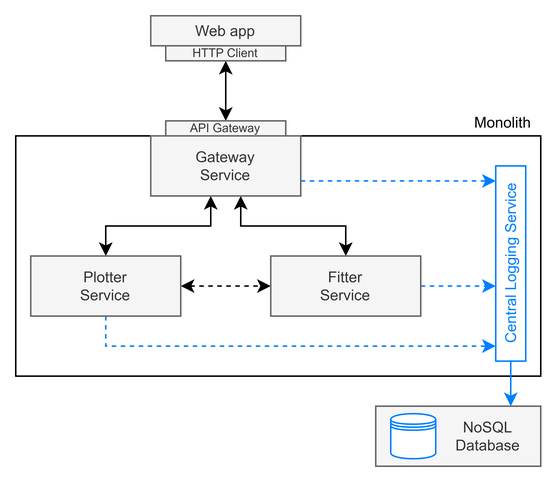
Earlier version of the draw.io export docs/schemas/architecture.v1.png (antoniomf97/easyg). Source tidied: cells renumbered, new cells last; positions are measured from the earlier drawing's top-left corner, leaving out a move shared by most shapes. The source it was exported from:
```xml
<mxGraphModel>
  <root>
    <mxCell id="0" />
    <mxCell id="1" parent="0" />
    <mxCell id="2" style="rounded=0;whiteSpace=wrap;html=1;fillColor=none;" parent="1" vertex="1">
      <mxGeometry y="80" width="350" height="160" as="geometry" />
    </mxCell>
    <mxCell id="3" value="Web app" style="rounded=0;whiteSpace=wrap;html=1;fillColor=#f5f5f5;fontColor=#333333;strokeColor=#666666;fontStyle=0;fontSize=10;" parent="1" vertex="1">
      <mxGeometry x="90" width="100" height="20" as="geometry" />
    </mxCell>
    <mxCell id="4" style="edgeStyle=orthogonalEdgeStyle;rounded=0;jettySize=auto;html=1;startArrow=classic;startFill=1;" parent="1" edge="1" source="5" target="6">
      <mxGeometry relative="1" as="geometry" />
    </mxCell>
    <mxCell id="5" value="HTTP Client" style="rounded=0;whiteSpace=wrap;html=1;fillColor=#f5f5f5;fontColor=#333333;strokeColor=#666666;fontStyle=0;fontSize=8;" parent="1" vertex="1">
      <mxGeometry x="100" y="20" width="80" height="10" as="geometry" />
    </mxCell>
    <mxCell id="6" value="API Gateway" style="rounded=0;whiteSpace=wrap;html=1;fillColor=#f5f5f5;fontColor=#333333;strokeColor=#666666;fontStyle=0;fontSize=8;" parent="1" vertex="1">
      <mxGeometry x="100" y="70" width="80" height="10" as="geometry" />
    </mxCell>
    <mxCell id="7" style="edgeStyle=orthogonalEdgeStyle;rounded=0;jettySize=auto;html=1;startArrow=classic;startFill=1;" parent="1" edge="1" source="10" target="13">
      <mxGeometry relative="1" as="geometry">
        <Array as="points">
          <mxPoint x="130" y="140" />
          <mxPoint x="60" y="140" />
        </Array>
      </mxGeometry>
    </mxCell>
    <mxCell id="8" style="edgeStyle=orthogonalEdgeStyle;rounded=0;jettySize=auto;html=1;startArrow=classic;startFill=1;" parent="1" edge="1" source="10" target="15">
      <mxGeometry relative="1" as="geometry">
        <Array as="points">
          <mxPoint x="150" y="140" />
          <mxPoint x="220" y="140" />
        </Array>
      </mxGeometry>
    </mxCell>
    <mxCell id="9" style="edgeStyle=orthogonalEdgeStyle;rounded=0;jettySize=auto;html=1;dashed=1;strokeColor=#007FFF;" parent="1" edge="1" source="10" target="17">
      <mxGeometry relative="1" as="geometry">
        <Array as="points">
          <mxPoint x="260" y="110" />
          <mxPoint x="260" y="110" />
        </Array>
      </mxGeometry>
    </mxCell>
    <mxCell id="10" value="Gateway&lt;br&gt;Service" style="rounded=0;whiteSpace=wrap;html=1;fillColor=#f5f5f5;fontColor=#333333;strokeColor=#666666;fontStyle=0;fontSize=10;" parent="1" vertex="1">
      <mxGeometry x="90" y="80" width="100" height="40" as="geometry" />
    </mxCell>
    <mxCell id="11" style="edgeStyle=orthogonalEdgeStyle;rounded=0;jettySize=auto;html=1;dashed=1;strokeColor=#007FFF;" parent="1" edge="1" source="13" target="17">
      <mxGeometry relative="1" as="geometry">
        <Array as="points">
          <mxPoint x="60" y="220" />
        </Array>
      </mxGeometry>
    </mxCell>
    <mxCell id="12" style="edgeStyle=orthogonalEdgeStyle;rounded=0;jettySize=auto;html=1;startArrow=classic;startFill=1;dashed=1;" parent="1" edge="1" source="13" target="15">
      <mxGeometry relative="1" as="geometry" />
    </mxCell>
    <mxCell id="13" value="Plotter&lt;br&gt;Service" style="rounded=0;whiteSpace=wrap;html=1;fillColor=#f5f5f5;fontColor=#333333;strokeColor=#666666;fontStyle=0;fontSize=10;" parent="1" vertex="1">
      <mxGeometry x="10" y="160" width="100" height="40" as="geometry" />
    </mxCell>
    <mxCell id="14" style="edgeStyle=orthogonalEdgeStyle;rounded=0;jettySize=auto;html=1;dashed=1;strokeColor=#007FFF;" parent="1" edge="1" source="15" target="17">
      <mxGeometry relative="1" as="geometry">
        <Array as="points">
          <mxPoint x="310" y="180" />
          <mxPoint x="310" y="180" />
        </Array>
      </mxGeometry>
    </mxCell>
    <mxCell id="15" value="Fitter&lt;br&gt;Service" style="rounded=0;whiteSpace=wrap;html=1;fillColor=#f5f5f5;fontColor=#333333;strokeColor=#666666;fontStyle=0;fontSize=10;" parent="1" vertex="1">
      <mxGeometry x="170" y="160" width="100" height="40" as="geometry" />
    </mxCell>
    <mxCell id="16" style="edgeStyle=orthogonalEdgeStyle;rounded=0;jettySize=auto;html=1;strokeColor=#007FFF;" parent="1" edge="1" source="17" target="20">
      <mxGeometry relative="1" as="geometry">
        <Array as="points">
          <mxPoint x="330" y="250" />
          <mxPoint x="330" y="250" />
        </Array>
      </mxGeometry>
    </mxCell>
    <mxCell id="17" value="Central Logging Service" style="rounded=0;whiteSpace=wrap;html=1;horizontal=0;strokeColor=#007FFF;fontColor=#007FFF;fontSize=10;" parent="1" vertex="1">
      <mxGeometry x="320" y="100" width="20" height="130" as="geometry" />
    </mxCell>
    <mxCell id="18" value="Monolith" style="text;html=1;align=center;verticalAlign=middle;whiteSpace=wrap;rounded=0;fontSize=10;" parent="1" vertex="1">
      <mxGeometry x="300" y="66" width="50" height="10" as="geometry" />
    </mxCell>
    <mxCell id="19" style="group;" parent="1" vertex="1">
      <mxGeometry x="240" y="260" width="110" height="40" as="geometry" />
    </mxCell>
    <mxCell id="20" style="rounded=0;whiteSpace=wrap;html=1;fillColor=#f5f5f5;fontColor=#333333;strokeColor=#666666;fontStyle=0;fontSize=11;align=center;" parent="19" vertex="1">
      <mxGeometry width="110" height="40" as="geometry" />
    </mxCell>
    <mxCell id="21" value="NoSQL &lt;br&gt;Database" style="rounded=0;whiteSpace=wrap;html=1;fillColor=#f5f5f5;fontColor=#333333;strokeColor=none;fontStyle=0;fontSize=10;align=center;" parent="19" vertex="1">
      <mxGeometry x="50" y="6.2" width="50" height="27.5" as="geometry" />
    </mxCell>
    <mxCell id="22" style="shape=datastore;whiteSpace=wrap;html=1;strokeColor=#007FFF;" parent="19" vertex="1">
      <mxGeometry x="10" y="5" width="30" height="30" as="geometry" />
    </mxCell>
  </root>
</mxGraphModel>
```
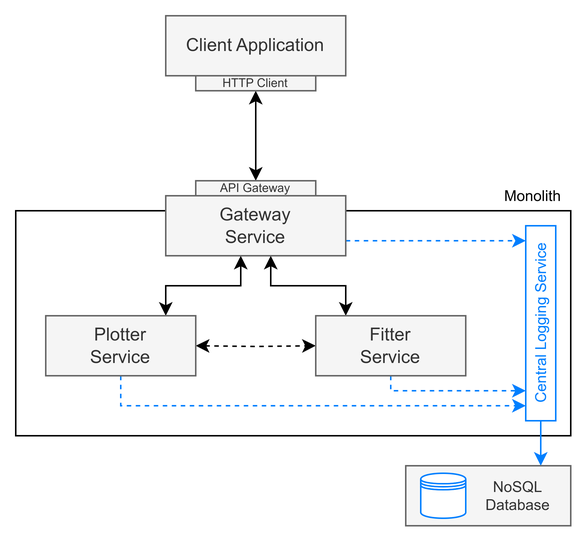
Later version of the same file.

Commit message:
Fitter architecture (#25)

Diff of the diagram source:
```diff
@@ -3,37 +3,39 @@
     <mxCell id="0" />
     <mxCell id="1" parent="0" />
     <mxCell id="2" style="rounded=0;whiteSpace=wrap;html=1;fillColor=none;" parent="1" vertex="1">
-      <mxGeometry y="80" width="350" height="160" as="geometry" />
+      <mxGeometry x="-60" y="90" width="370" height="150" as="geometry" />
     </mxCell>
-    <mxCell id="3" value="Web app" style="rounded=0;whiteSpace=wrap;html=1;fillColor=#f5f5f5;fontColor=#333333;strokeColor=#666666;fontStyle=0;fontSize=10;" parent="1" vertex="1">
-      <mxGeometry x="90" width="100" height="20" as="geometry" />
+    <mxCell id="3" value="Client Application" style="rounded=0;whiteSpace=wrap;html=1;fillColor=#f5f5f5;fontColor=#333333;strokeColor=#666666;fontStyle=0;fontSize=12;" parent="1" vertex="1">
+      <mxGeometry x="40" y="-40" width="120" height="40" as="geometry" />
     </mxCell>
     <mxCell id="4" style="edgeStyle=orthogonalEdgeStyle;rounded=0;jettySize=auto;html=1;startArrow=classic;startFill=1;" parent="1" edge="1" source="5" target="6">
       <mxGeometry relative="1" as="geometry" />
     </mxCell>
     <mxCell id="5" value="HTTP Client" style="rounded=0;whiteSpace=wrap;html=1;fillColor=#f5f5f5;fontColor=#333333;strokeColor=#666666;fontStyle=0;fontSize=8;" parent="1" vertex="1">
-      <mxGeometry x="100" y="20" width="80" height="10" as="geometry" />
+      <mxGeometry x="60" width="80" height="10" as="geometry" />
     </mxCell>
     <mxCell id="6" value="API Gateway" style="rounded=0;whiteSpace=wrap;html=1;fillColor=#f5f5f5;fontColor=#333333;strokeColor=#666666;fontStyle=0;fontSize=8;" parent="1" vertex="1">
-      <mxGeometry x="100" y="70" width="80" height="10" as="geometry" />
+      <mxGeometry x="60" y="70" width="80" height="10" as="geometry" />
     </mxCell>
-    <mxCell id="7" style="edgeStyle=orthogonalEdgeStyle;rounded=0;jettySize=auto;html=1;startArrow=classic;startFill=1;" parent="1" edge="1" source="10" target="13">
+    <mxCell id="7" style="edgeStyle=orthogonalEdgeStyle;rounded=0;jettySize=auto;html=1;startArrow=classic;startFill=1;" parent="1" edge="1" source="10">
       <mxGeometry relative="1" as="geometry">
+        <mxPoint x="40" y="160" as="targetPoint" />
         <Array as="points">
-          <mxPoint x="130" y="140" />
-          <mxPoint x="60" y="140" />
+          <mxPoint x="90" y="140" />
+          <mxPoint x="40" y="140" />
         </Array>
       </mxGeometry>
     </mxCell>
-    <mxCell id="8" style="edgeStyle=orthogonalEdgeStyle;rounded=0;jettySize=auto;html=1;startArrow=classic;startFill=1;" parent="1" edge="1" source="10" target="15">
+    <mxCell id="8" style="edgeStyle=orthogonalEdgeStyle;rounded=0;jettySize=auto;html=1;startArrow=classic;startFill=1;" parent="1" edge="1" source="10">
       <mxGeometry relative="1" as="geometry">
+        <mxPoint x="160" y="160" as="targetPoint" />
         <Array as="points">
-          <mxPoint x="150" y="140" />
-          <mxPoint x="220" y="140" />
+          <mxPoint x="110" y="140" />
+          <mxPoint x="160" y="140" />
         </Array>
       </mxGeometry>
     </mxCell>
-    <mxCell id="9" style="edgeStyle=orthogonalEdgeStyle;rounded=0;jettySize=auto;html=1;dashed=1;strokeColor=#007FFF;" parent="1" edge="1" source="10" target="17">
+    <mxCell id="9" style="edgeStyle=orthogonalEdgeStyle;rounded=0;jettySize=auto;html=1;dashed=1;strokeColor=#007FFF;fontSize=10;" parent="1" edge="1" source="10" target="17">
       <mxGeometry relative="1" as="geometry">
         <Array as="points">
           <mxPoint x="260" y="110" />
@@ -41,49 +43,50 @@
         </Array>
       </mxGeometry>
     </mxCell>
-    <mxCell id="10" value="Gateway&lt;br&gt;Service" style="rounded=0;whiteSpace=wrap;html=1;fillColor=#f5f5f5;fontColor=#333333;strokeColor=#666666;fontStyle=0;fontSize=10;" parent="1" vertex="1">
-      <mxGeometry x="90" y="80" width="100" height="40" as="geometry" />
+    <mxCell id="10" value="Gateway&lt;br&gt;Service" style="rounded=0;whiteSpace=wrap;html=1;fillColor=#f5f5f5;fontColor=#333333;strokeColor=#666666;fontStyle=0;fontSize=12;" parent="1" vertex="1">
+      <mxGeometry x="40" y="80" width="120" height="40" as="geometry" />
     </mxCell>
-    <mxCell id="11" style="edgeStyle=orthogonalEdgeStyle;rounded=0;jettySize=auto;html=1;dashed=1;strokeColor=#007FFF;" parent="1" edge="1" source="13" target="17">
+    <mxCell id="11" style="edgeStyle=orthogonalEdgeStyle;rounded=0;jettySize=auto;html=1;dashed=1;strokeColor=#007FFF;fontSize=10;" parent="1" edge="1" source="13" target="17">
       <mxGeometry relative="1" as="geometry">
         <Array as="points">
-          <mxPoint x="60" y="220" />
+          <mxPoint x="10" y="220" />
         </Array>
       </mxGeometry>
     </mxCell>
-    <mxCell id="12" style="edgeStyle=orthogonalEdgeStyle;rounded=0;jettySize=auto;html=1;startArrow=classic;startFill=1;dashed=1;" parent="1" edge="1" source="13" target="15">
-      <mxGeometry relative="1" as="geometry" />
+    <mxCell id="12" style="edgeStyle=orthogonalEdgeStyle;rounded=0;jettySize=auto;html=1;startArrow=classic;startFill=1;dashed=1;" parent="1" edge="1" target="15">
+      <mxGeometry relative="1" as="geometry">
+        <mxPoint x="60" y="180" as="sourcePoint" />
+      </mxGeometry>
     </mxCell>
-    <mxCell id="13" value="Plotter&lt;br&gt;Service" style="rounded=0;whiteSpace=wrap;html=1;fillColor=#f5f5f5;fontColor=#333333;strokeColor=#666666;fontStyle=0;fontSize=10;" parent="1" vertex="1">
-      <mxGeometry x="10" y="160" width="100" height="40" as="geometry" />
+    <mxCell id="13" value="Plotter&lt;br&gt;Service" style="rounded=0;whiteSpace=wrap;html=1;fillColor=#f5f5f5;fontColor=#333333;strokeColor=#666666;fontStyle=0;fontSize=12;" parent="1" vertex="1">
+      <mxGeometry x="-40" y="160" width="100" height="40" as="geometry" />
     </mxCell>
-    <mxCell id="14" style="edgeStyle=orthogonalEdgeStyle;rounded=0;jettySize=auto;html=1;dashed=1;strokeColor=#007FFF;" parent="1" edge="1" source="15" target="17">
+    <mxCell id="14" style="edgeStyle=orthogonalEdgeStyle;rounded=0;jettySize=auto;html=1;dashed=1;strokeColor=#007FFF;fontSize=10;" parent="1" edge="1" source="15" target="17">
       <mxGeometry relative="1" as="geometry">
         <Array as="points">
-          <mxPoint x="310" y="180" />
-          <mxPoint x="310" y="180" />
+          <mxPoint x="190" y="210" />
         </Array>
       </mxGeometry>
     </mxCell>
-    <mxCell id="15" value="Fitter&lt;br&gt;Service" style="rounded=0;whiteSpace=wrap;html=1;fillColor=#f5f5f5;fontColor=#333333;strokeColor=#666666;fontStyle=0;fontSize=10;" parent="1" vertex="1">
-      <mxGeometry x="170" y="160" width="100" height="40" as="geometry" />
+    <mxCell id="15" value="Fitter&lt;br&gt;Service" style="rounded=0;whiteSpace=wrap;html=1;fillColor=#f5f5f5;fontColor=#333333;strokeColor=#666666;fontStyle=0;fontSize=12;" parent="1" vertex="1">
+      <mxGeometry x="140" y="160" width="100" height="40" as="geometry" />
     </mxCell>
     <mxCell id="16" style="edgeStyle=orthogonalEdgeStyle;rounded=0;jettySize=auto;html=1;strokeColor=#007FFF;" parent="1" edge="1" source="17" target="20">
       <mxGeometry relative="1" as="geometry">
         <Array as="points">
-          <mxPoint x="330" y="250" />
-          <mxPoint x="330" y="250" />
+          <mxPoint x="290" y="220" />
+          <mxPoint x="290" y="220" />
         </Array>
       </mxGeometry>
     </mxCell>
     <mxCell id="17" value="Central Logging Service" style="rounded=0;whiteSpace=wrap;html=1;horizontal=0;strokeColor=#007FFF;fontColor=#007FFF;fontSize=10;" parent="1" vertex="1">
-      <mxGeometry x="320" y="100" width="20" height="130" as="geometry" />
+      <mxGeometry x="280" y="100" width="20" height="130" as="geometry" />
     </mxCell>
     <mxCell id="18" value="Monolith" style="text;html=1;align=center;verticalAlign=middle;whiteSpace=wrap;rounded=0;fontSize=10;" parent="1" vertex="1">
-      <mxGeometry x="300" y="66" width="50" height="10" as="geometry" />
+      <mxGeometry x="260" y="75" width="50" height="10" as="geometry" />
     </mxCell>
     <mxCell id="19" style="group;" parent="1" vertex="1">
-      <mxGeometry x="240" y="260" width="110" height="40" as="geometry" />
+      <mxGeometry x="200" y="260" width="110" height="40" as="geometry" />
     </mxCell>
     <mxCell id="20" style="rounded=0;whiteSpace=wrap;html=1;fillColor=#f5f5f5;fontColor=#333333;strokeColor=#666666;fontStyle=0;fontSize=11;align=center;" parent="19" vertex="1">
       <mxGeometry width="110" height="40" as="geometry" />
```
